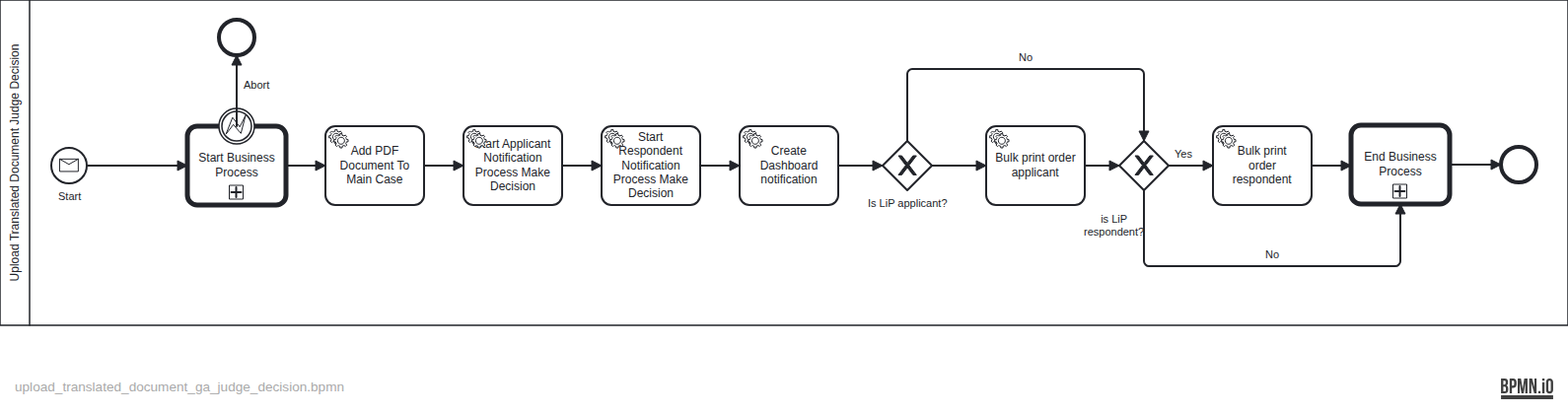
Above: docs/bpmn-diagrams/upload_translated_document_ga_judge_decision.png in hmcts/civil-service (BPMN), before the change. Its source is kept beside it as src/main/resources/camunda/upload_translated_document_ga_judge_decision.bpmn. Ids are renumbered.
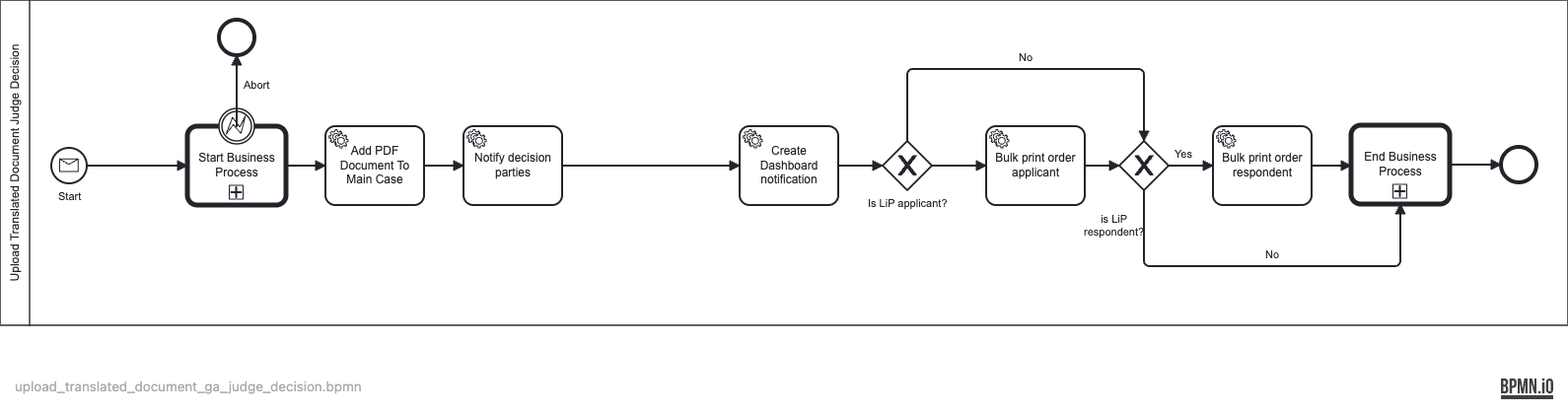
Above is the later version.

The edit, as a diff of the source:
```diff
@@ -28,22 +28,13 @@
       <bpmn:incoming>Flow_n6</bpmn:incoming>
       <bpmn:outgoing>Flow_n11</bpmn:outgoing>
     </bpmn:serviceTask>
-    <bpmn:serviceTask id="StartApplicantNotificationProcessMakeDecision" name="Start Applicant Notification Process Make Decision" camunda:type="external" camunda:topic="processExternalCaseEventGASpec">
+    <bpmn:serviceTask id="NotifyGaJudicialDecision" name="Notify decision parties" camunda:type="external" camunda:topic="processExternalCaseEventGASpec">
       <bpmn:extensionElements>
         <camunda:inputOutput>
-          <camunda:inputParameter name="caseEvent">START_APPLICANT_NOTIFICATION_PROCESS_MAKE_DECISION</camunda:inputParameter>
+          <camunda:inputParameter name="caseEvent">NOTIFY_EVENT</camunda:inputParameter>
         </camunda:inputOutput>
       </bpmn:extensionElements>
       <bpmn:incoming>Flow_n11</bpmn:incoming>
-      <bpmn:outgoing>Flow_n12</bpmn:outgoing>
-    </bpmn:serviceTask>
-    <bpmn:serviceTask id="StartRespondentNotificationProcessMakeDecision" name="Start Respondent Notification Process Make Decision" camunda:type="external" camunda:topic="processExternalCaseEventGASpec">
-      <bpmn:extensionElements>
-        <camunda:inputOutput>
-          <camunda:inputParameter name="caseEvent">START_RESPONDENT_NOTIFICATION_PROCESS_MAKE_DECISION</camunda:inputParameter>
-        </camunda:inputOutput>
-      </bpmn:extensionElements>
-      <bpmn:incoming>Flow_n12</bpmn:incoming>
       <bpmn:outgoing>Flow_n13</bpmn:outgoing>
     </bpmn:serviceTask>
     <bpmn:serviceTask id="GenerateDashboardNotificationsGaMakeDecision" name="Create Dashboard notification" camunda:type="external" camunda:topic="gaDashboardNotifications">
@@ -101,9 +92,8 @@
     <bpmn:sequenceFlow id="Flow_n4" sourceRef="Event_n8" targetRef="Activity_n3" />
     <bpmn:sequenceFlow id="Flow_n6" sourceRef="Activity_n3" targetRef="AddPDFDocumentToMainCase" />
     <bpmn:sequenceFlow id="Flow_n5" sourceRef="Activity_n3" targetRef="Event_n7" />
-    <bpmn:sequenceFlow id="Flow_n11" sourceRef="AddPDFDocumentToMainCase" targetRef="StartApplicantNotificationProcessMakeDecision" />
-    <bpmn:sequenceFlow id="Flow_n12" sourceRef="StartApplicantNotificationProcessMakeDecision" targetRef="StartRespondentNotificationProcessMakeDecision" />
-    <bpmn:sequenceFlow id="Flow_n13" sourceRef="StartRespondentNotificationProcessMakeDecision" targetRef="GenerateDashboardNotificationsGaMakeDecision" />
+    <bpmn:sequenceFlow id="Flow_n11" sourceRef="AddPDFDocumentToMainCase" targetRef="NotifyGaJudicialDecision" />
+    <bpmn:sequenceFlow id="Flow_n13" sourceRef="NotifyGaJudicialDecision" targetRef="GenerateDashboardNotificationsGaMakeDecision" />
     <bpmn:sequenceFlow id="Flow_n14" sourceRef="GenerateDashboardNotificationsGaMakeDecision" targetRef="Gateway_n15" />
     <bpmn:sequenceFlow id="Flow_n16" name="No" sourceRef="Gateway_n15" targetRef="Gateway_n19">
       <bpmn:conditionExpression xsi:type="bpmn:tFormalExpression">${(empty flowFlags.LIP_APPLICANT || !flowFlags.LIP_APPLICANT)}</bpmn:conditionExpression>
@@ -141,12 +131,8 @@
       <bpmndi:BPMNShape id="Activity_0gedw0q_di" bpmnElement="AddPDFDocumentToMainCase">
         <dc:Bounds x="490" y="208" width="100" height="80" />
       </bpmndi:BPMNShape>
-      <bpmndi:BPMNShape id="Activity_0d7dqyf_di" bpmnElement="StartApplicantNotificationProcessMakeDecision">
+      <bpmndi:BPMNShape id="Activity_0d7dqyf_di" bpmnElement="NotifyGaJudicialDecision">
         <dc:Bounds x="630" y="208" width="100" height="80" />
-        <bpmndi:BPMNLabel />
-      </bpmndi:BPMNShape>
-      <bpmndi:BPMNShape id="BPMNShape_n28" bpmnElement="StartRespondentNotificationProcessMakeDecision">
-        <dc:Bounds x="770" y="208" width="100" height="80" />
         <bpmndi:BPMNLabel />
       </bpmndi:BPMNShape>
       <bpmndi:BPMNShape id="Activity_1vqp3lv_di" bpmnElement="GenerateDashboardNotificationsGaMakeDecision">
@@ -227,12 +213,8 @@
         </bpmndi:BPMNLabel>
       </bpmndi:BPMNEdge>
       <bpmndi:BPMNEdge id="Flow_n13_di" bpmnElement="Flow_n13">
-        <di:waypoint x="870" y="248" />
+        <di:waypoint x="730" y="248" />
         <di:waypoint x="910" y="248" />
-      </bpmndi:BPMNEdge>
-      <bpmndi:BPMNEdge id="Flow_n12_di" bpmnElement="Flow_n12">
-        <di:waypoint x="730" y="248" />
-        <di:waypoint x="770" y="248" />
       </bpmndi:BPMNEdge>
       <bpmndi:BPMNEdge id="Flow_n4_di" bpmnElement="Flow_n4">
         <di:waypoint x="248" y="248" />
```
